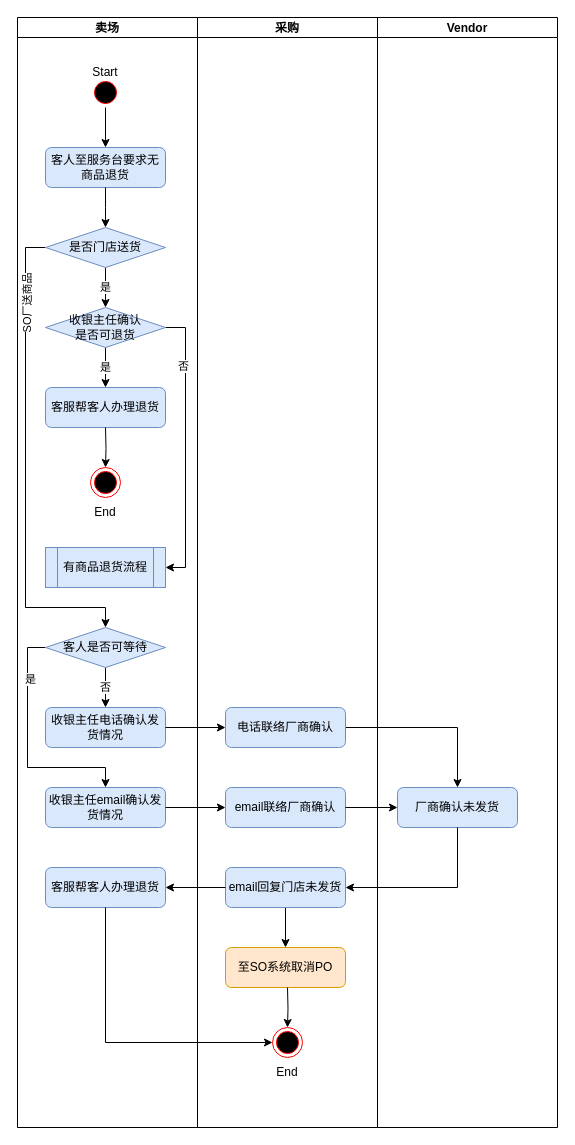
This is page "SO无商品退货业务流程" (6 of 7) of Special Order.drawio from luss613/draw.io, a draw.io file, before an edit. Source tidied: cells renumbered, new cells numbered last; positions are measured from the earlier drawing's top-left corner, leaving out a move shared by most shapes. Both pictures are drawn from the tidied source at 100%, with x=0, y=0 at pixel (17, 17).
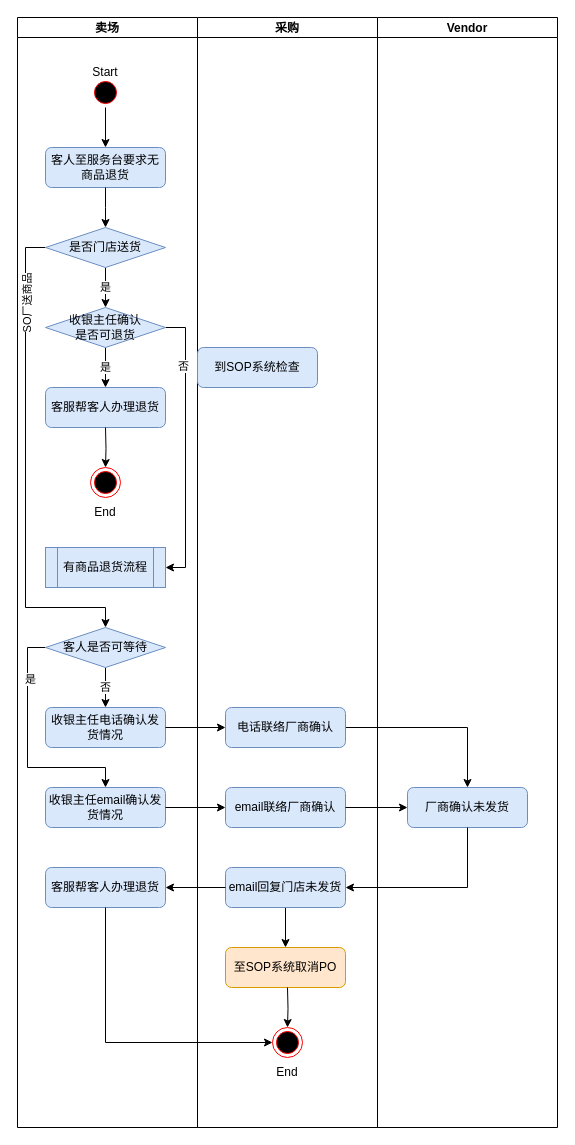
The same diagram, later.

The change refers to these unchanged cells:
```xml
<mxCell id="29" value="采购" style="swimlane;startSize=20;" parent="1" vertex="1">
  <mxGeometry x="180" width="180" height="1110" as="geometry" />
</mxCell>
<mxCell id="38" value="Vendor" style="swimlane;startSize=20;" parent="1" vertex="1">
  <mxGeometry x="360" width="180" height="1110" as="geometry" />
</mxCell>
```

What changed in the source:
```diff
@@
-    <mxCell id="31" value="至SO系统取消PO" style="rounded=1;whiteSpace=wrap;html=1;fontSize=12;glass=0;strokeWidth=1;shadow=0;fillColor=#ffe6cc;strokeColor=#d79b00;" parent="29" vertex="1">
+    <mxCell id="31" value="至SOP系统取消PO" style="rounded=1;whiteSpace=wrap;html=1;fontSize=12;glass=0;strokeWidth=1;shadow=0;fillColor=#ffe6cc;strokeColor=#d79b00;" parent="29" vertex="1">
       <mxGeometry x="28" y="930" width="120" height="40" as="geometry" />
     </mxCell>
@@
+    <mxCell id="46" value="到SOP系统检查" style="rounded=1;whiteSpace=wrap;html=1;fontSize=12;glass=0;strokeWidth=1;shadow=0;fillColor=#dae8fc;strokeColor=#6c8ebf;" parent="29" vertex="1">
+      <mxGeometry y="330" width="120" height="40" as="geometry" />
+    </mxCell>
@@
     <mxCell id="39" value="厂商确认未发货" style="rounded=1;whiteSpace=wrap;html=1;fontSize=12;glass=0;strokeWidth=1;shadow=0;fillColor=#dae8fc;strokeColor=#6c8ebf;" parent="38" vertex="1">
-      <mxGeometry x="20" y="770" width="120" height="40" as="geometry" />
+      <mxGeometry x="30" y="770" width="120" height="40" as="geometry" />
     </mxCell>
```
